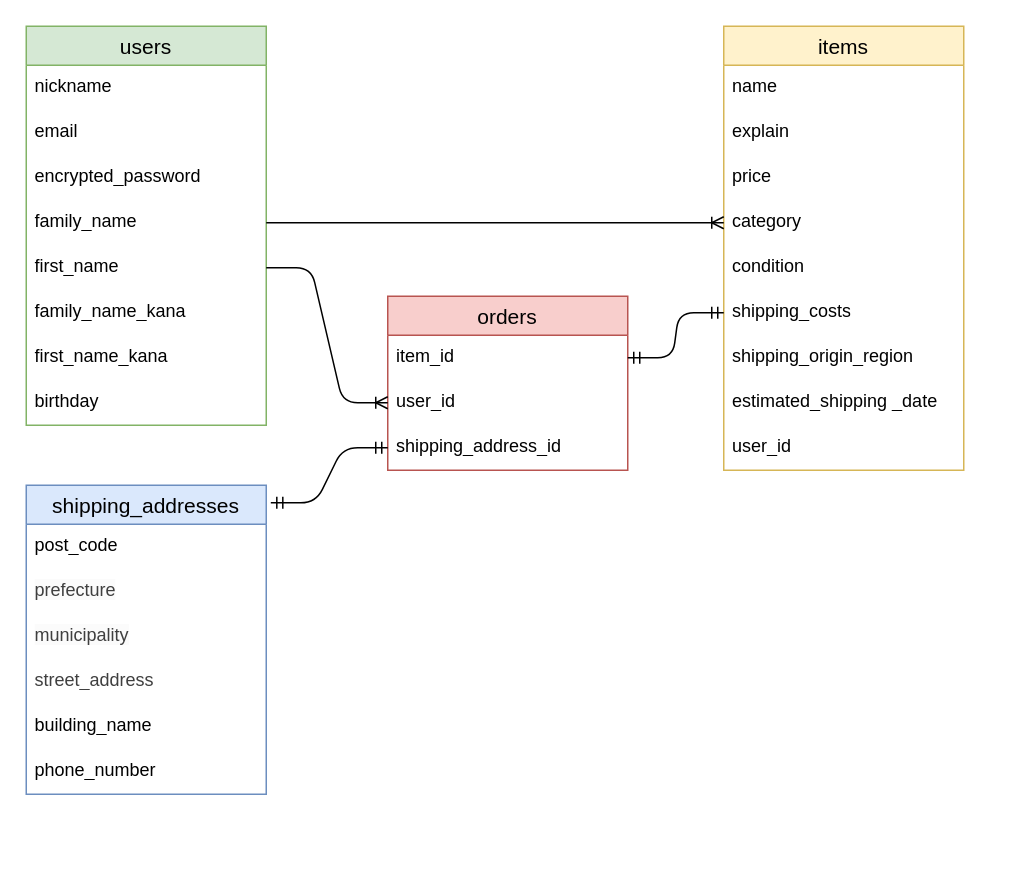
naoto4420-pixel/furima-47233 keeps this draw.io diagram as ER.dio. Above is the earlier version. Source tidied: cells renumbered, new cells numbered last; positions are measured from the earlier drawing's top-left corner, leaving out a move shared by most shapes. Both pictures are drawn from the tidied source at 150%, with x=0, y=0 at pixel (26, 26).
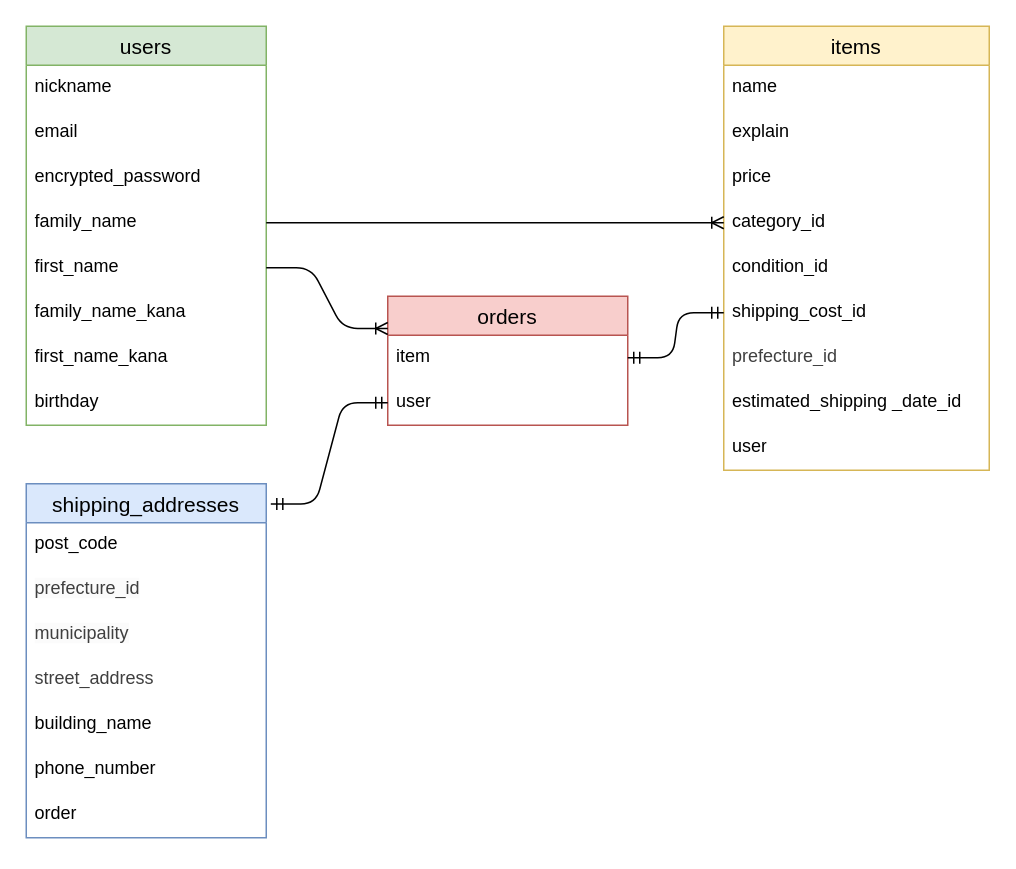
Above is the later version.

Commit message (it also covers changes not shown here):
コードレビュー内容修正

Unchanged cells that the change refers to:
```xml
<mxCell id="7" value="first_name" style="text;strokeColor=none;fillColor=none;spacingLeft=4;spacingRight=4;overflow=hidden;points=[[0,0.5],[1,0.5]];portConstraint=eastwest;fontSize=12;whiteSpace=wrap;html=1;" parent="2" vertex="1">
  <mxGeometry y="146" width="160" height="30" as="geometry" />
</mxCell>
```

The edit, as a diff of the source:
```diff
@@
     <mxCell id="11" value="items" style="swimlane;fontStyle=0;horizontal=1;startSize=26;align=center;fontSize=14;fillColor=#fff2cc;strokeColor=#d6b656;" parent="1" vertex="1">
-      <mxGeometry x="465" width="160" height="296" as="geometry" />
+      <mxGeometry x="465" width="177" height="296" as="geometry" />
     </mxCell>
     <mxCell id="12" value="name" style="text;strokeColor=none;fillColor=none;spacingLeft=4;spacingRight=4;overflow=hidden;fontSize=12;whiteSpace=wrap;html=1;" parent="11" vertex="1">
-      <mxGeometry y="26" width="160" height="30" as="geometry" />
+      <mxGeometry y="26" width="177" height="30" as="geometry" />
     </mxCell>
     <mxCell id="13" value="explain" style="text;strokeColor=none;fillColor=none;spacingLeft=4;spacingRight=4;overflow=hidden;fontSize=12;whiteSpace=wrap;html=1;" parent="11" vertex="1">
-      <mxGeometry y="56" width="160" height="30" as="geometry" />
+      <mxGeometry y="56" width="177" height="30" as="geometry" />
     </mxCell>
     <mxCell id="14" value="price" style="text;strokeColor=none;fillColor=none;spacingLeft=4;spacingRight=4;overflow=hidden;fontSize=12;whiteSpace=wrap;html=1;" parent="11" vertex="1">
-      <mxGeometry y="86" width="160" height="30" as="geometry" />
+      <mxGeometry y="86" width="177" height="30" as="geometry" />
     </mxCell>
-    <mxCell id="15" value="category" style="text;strokeColor=none;fillColor=none;spacingLeft=4;spacingRight=4;overflow=hidden;points=[[0,0.5],[1,0.5]];portConstraint=eastwest;fontSize=12;whiteSpace=wrap;html=1;" parent="11" vertex="1">
-      <mxGeometry y="116" width="160" height="30" as="geometry" />
+    <mxCell id="15" value="category_id" style="text;strokeColor=none;fillColor=none;spacingLeft=4;spacingRight=4;overflow=hidden;points=[[0,0.5],[1,0.5]];portConstraint=eastwest;fontSize=12;whiteSpace=wrap;html=1;" parent="11" vertex="1">
+      <mxGeometry y="116" width="177" height="30" as="geometry" />
     </mxCell>
-    <mxCell id="16" value="condition" style="text;strokeColor=none;fillColor=none;spacingLeft=4;spacingRight=4;overflow=hidden;fontSize=12;whiteSpace=wrap;html=1;" parent="11" vertex="1">
-      <mxGeometry y="146" width="160" height="30" as="geometry" />
+    <mxCell id="16" value="condition_id" style="text;strokeColor=none;fillColor=none;spacingLeft=4;spacingRight=4;overflow=hidden;fontSize=12;whiteSpace=wrap;html=1;" parent="11" vertex="1">
+      <mxGeometry y="146" width="177" height="30" as="geometry" />
     </mxCell>
-    <mxCell id="17" value="shipping_costs" style="text;strokeColor=none;fillColor=none;spacingLeft=4;spacingRight=4;overflow=hidden;points=[[0,0.5],[1,0.5]];portConstraint=eastwest;fontSize=12;whiteSpace=wrap;html=1;" parent="11" vertex="1">
-      <mxGeometry y="176" width="160" height="30" as="geometry" />
+    <mxCell id="17" value="shipping_cost_id" style="text;strokeColor=none;fillColor=none;spacingLeft=4;spacingRight=4;overflow=hidden;points=[[0,0.5],[1,0.5]];portConstraint=eastwest;fontSize=12;whiteSpace=wrap;html=1;" parent="11" vertex="1">
+      <mxGeometry y="176" width="177" height="30" as="geometry" />
     </mxCell>
-    <mxCell id="18" value="shipping_origin_region" style="text;strokeColor=none;fillColor=none;spacingLeft=4;spacingRight=4;overflow=hidden;fontSize=12;whiteSpace=wrap;html=1;" parent="11" vertex="1">
-      <mxGeometry y="206" width="160" height="30" as="geometry" />
+    <mxCell id="18" value="&lt;span style=&quot;color: rgb(63, 63, 63); text-align: center; text-wrap-mode: nowrap;&quot;&gt;prefecture_id&lt;/span&gt;" style="text;strokeColor=none;fillColor=none;spacingLeft=4;spacingRight=4;overflow=hidden;fontSize=12;whiteSpace=wrap;html=1;" parent="11" vertex="1">
+      <mxGeometry y="206" width="177" height="30" as="geometry" />
     </mxCell>
-    <mxCell id="19" value="&lt;font style=&quot;&quot;&gt;&lt;span style=&quot;font-size: 12px;&quot;&gt;estimated_shipping _date&lt;/span&gt;&lt;/font&gt;" style="text;strokeColor=none;fillColor=none;spacingLeft=4;spacingRight=4;overflow=hidden;fontSize=12;whiteSpace=wrap;html=1;fontColor=#000000;" parent="11" vertex="1">
-      <mxGeometry y="236" width="160" height="30" as="geometry" />
+    <mxCell id="19" value="&lt;font style=&quot;&quot;&gt;&lt;span style=&quot;font-size: 12px;&quot;&gt;estimated_shipping _date_id&lt;/span&gt;&lt;/font&gt;" style="text;strokeColor=none;fillColor=none;spacingLeft=4;spacingRight=4;overflow=hidden;fontSize=12;whiteSpace=wrap;html=1;fontColor=#000000;" parent="11" vertex="1">
+      <mxGeometry y="236" width="177" height="30" as="geometry" />
     </mxCell>
-    <mxCell id="20" value="user_id" style="text;strokeColor=none;fillColor=none;spacingLeft=4;spacingRight=4;overflow=hidden;fontSize=12;whiteSpace=wrap;html=1;" parent="11" vertex="1">
-      <mxGeometry y="266" width="160" height="30" as="geometry" />
+    <mxCell id="20" value="user" style="text;strokeColor=none;fillColor=none;spacingLeft=4;spacingRight=4;overflow=hidden;fontSize=12;whiteSpace=wrap;html=1;" parent="11" vertex="1">
+      <mxGeometry y="266" width="177" height="30" as="geometry" />
     </mxCell>
@@
     <mxCell id="22" value="shipping_addresses" style="swimlane;fontStyle=0;horizontal=1;startSize=26;align=center;fontSize=14;fillColor=#dae8fc;strokeColor=#6c8ebf;fontColor=default;" parent="1" vertex="1">
-      <mxGeometry y="306" width="160" height="206" as="geometry" />
+      <mxGeometry y="305" width="160" height="236" as="geometry" />
     </mxCell>
@@
-    <mxCell id="24" value="&lt;span style=&quot;color: rgb(63, 63, 63); font-family: Helvetica; font-size: 12px; font-style: normal; font-variant-ligatures: normal; font-variant-caps: normal; font-weight: 400; letter-spacing: normal; orphans: 2; text-align: center; text-indent: 0px; text-transform: none; widows: 2; word-spacing: 0px; -webkit-text-stroke-width: 0px; white-space: nowrap; background-color: rgb(251, 251, 251); text-decoration-thickness: initial; text-decoration-style: initial; text-decoration-color: initial; float: none; display: inline !important;&quot;&gt;prefecture&lt;/span&gt;" style="text;strokeColor=none;fillColor=none;spacingLeft=4;spacingRight=4;overflow=hidden;fontSize=12;whiteSpace=wrap;html=1;" parent="22" vertex="1">
+    <mxCell id="24" value="&lt;span style=&quot;color: rgb(63, 63, 63); font-family: Helvetica; font-size: 12px; font-style: normal; font-variant-ligatures: normal; font-variant-caps: normal; font-weight: 400; letter-spacing: normal; orphans: 2; text-align: center; text-indent: 0px; text-transform: none; widows: 2; word-spacing: 0px; -webkit-text-stroke-width: 0px; white-space: nowrap; background-color: rgb(251, 251, 251); text-decoration-thickness: initial; text-decoration-style: initial; text-decoration-color: initial; float: none; display: inline !important;&quot;&gt;prefecture_id&lt;/span&gt;" style="text;strokeColor=none;fillColor=none;spacingLeft=4;spacingRight=4;overflow=hidden;fontSize=12;whiteSpace=wrap;html=1;" parent="22" vertex="1">
       <mxGeometry y="56" width="160" height="30" as="geometry" />
     </mxCell>
@@
+    <mxCell id="36" value="order" style="text;strokeColor=none;fillColor=none;spacingLeft=4;spacingRight=4;overflow=hidden;fontSize=12;whiteSpace=wrap;html=1;" parent="22" vertex="1">
+      <mxGeometry y="206" width="160" height="30" as="geometry" />
+    </mxCell>
     <mxCell id="29" value="orders" style="swimlane;fontStyle=0;horizontal=1;startSize=26;align=center;fontSize=14;fillColor=#f8cecc;strokeColor=#b85450;" parent="1" vertex="1">
-      <mxGeometry x="241" y="180" width="160" height="116" as="geometry" />
+      <mxGeometry x="241" y="180" width="160" height="86" as="geometry" />
     </mxCell>
-    <mxCell id="30" value="item_id" style="text;strokeColor=none;fillColor=none;spacingLeft=4;spacingRight=4;overflow=hidden;points=[[0,0.5],[1,0.5]];portConstraint=eastwest;fontSize=12;whiteSpace=wrap;html=1;" parent="29" vertex="1">
+    <mxCell id="30" value="item" style="text;strokeColor=none;fillColor=none;spacingLeft=4;spacingRight=4;overflow=hidden;points=[[0,0.5],[1,0.5]];portConstraint=eastwest;fontSize=12;whiteSpace=wrap;html=1;" parent="29" vertex="1">
       <mxGeometry y="26" width="160" height="30" as="geometry" />
     </mxCell>
-    <mxCell id="31" value="user_id" style="text;strokeColor=none;fillColor=none;spacingLeft=4;spacingRight=4;overflow=hidden;points=[[0,0.5],[1,0.5]];portConstraint=eastwest;fontSize=12;whiteSpace=wrap;html=1;" parent="29" vertex="1">
+    <mxCell id="31" value="user" style="text;strokeColor=none;fillColor=none;spacingLeft=4;spacingRight=4;overflow=hidden;points=[[0,0.5],[1,0.5]];portConstraint=eastwest;fontSize=12;whiteSpace=wrap;html=1;" parent="29" vertex="1">
       <mxGeometry y="56" width="160" height="30" as="geometry" />
     </mxCell>
-    <mxCell id="32" value="shipping_address_id" style="text;strokeColor=none;fillColor=none;spacingLeft=4;spacingRight=4;overflow=hidden;points=[[0,0.5],[1,0.5]];portConstraint=eastwest;fontSize=12;whiteSpace=wrap;html=1;" parent="29" vertex="1">
-      <mxGeometry y="86" width="160" height="30" as="geometry" />
-    </mxCell>
-    <mxCell id="33" style="edgeStyle=entityRelationEdgeStyle;fontSize=12;html=1;endArrow=ERmandOne;startArrow=ERmandOne;exitX=1.019;exitY=0.057;exitDx=0;exitDy=0;entryX=0;entryY=0.5;entryDx=0;entryDy=0;exitPerimeter=0;" parent="1" edge="1" source="22" target="32">
+    <mxCell id="33" style="edgeStyle=entityRelationEdgeStyle;fontSize=12;html=1;endArrow=ERmandOne;startArrow=ERmandOne;exitX=1.019;exitY=0.057;exitDx=0;exitDy=0;exitPerimeter=0;entryX=0;entryY=0.5;entryDx=0;entryDy=0;" parent="1" edge="1" source="22" target="31">
       <mxGeometry relative="1" as="geometry" />
     </mxCell>
@@
-    <mxCell id="35" style="edgeStyle=entityRelationEdgeStyle;fontSize=12;html=1;endArrow=ERoneToMany;exitX=1;exitY=0.5;exitDx=0;exitDy=0;" parent="1" edge="1" source="7" target="31">
+    <mxCell id="35" style="edgeStyle=entityRelationEdgeStyle;fontSize=12;html=1;endArrow=ERoneToMany;exitX=1;exitY=0.5;exitDx=0;exitDy=0;entryX=0;entryY=0.25;entryDx=0;entryDy=0;" parent="1" edge="1" source="7" target="29">
       <mxGeometry relative="1" as="geometry" />
     </mxCell>
```
